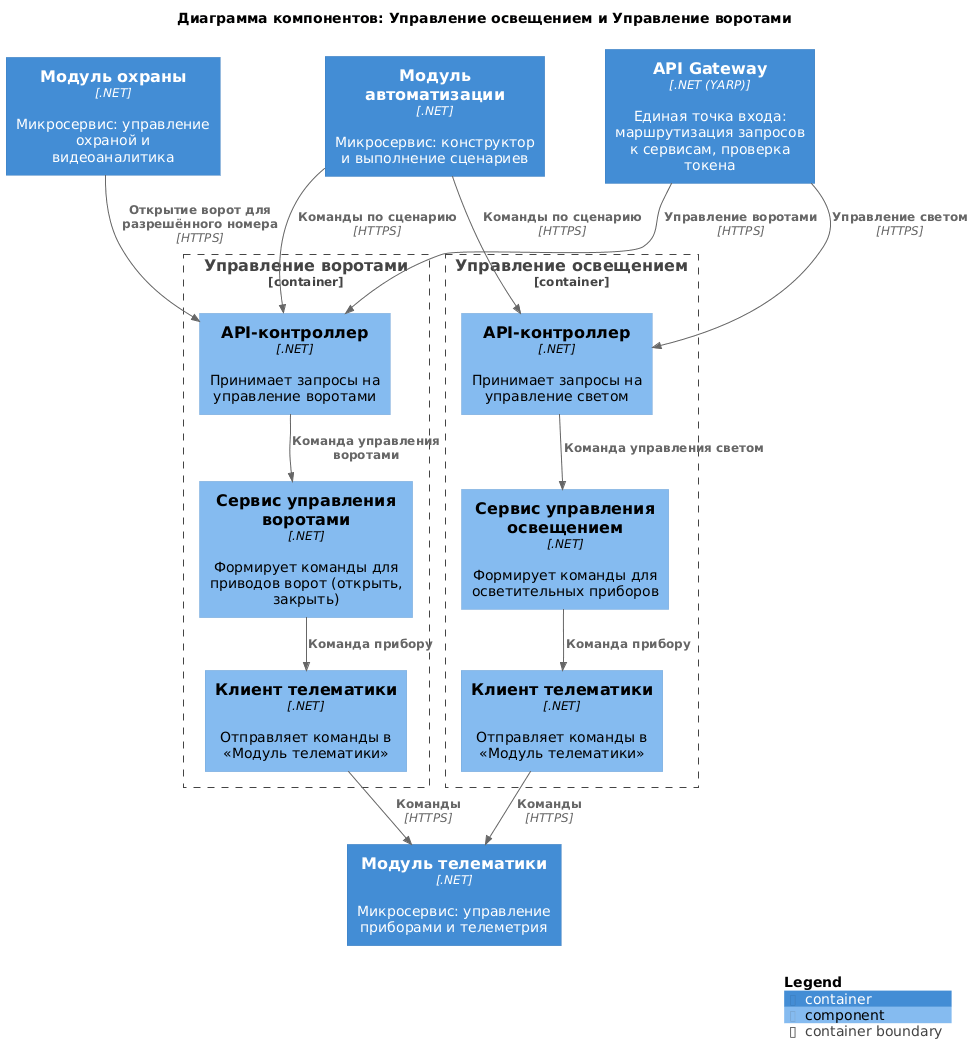
The PlantUML diagram diagrams/components/lighting-gate.png in Lyamin-av/architecture-warmhouse, before a commit.
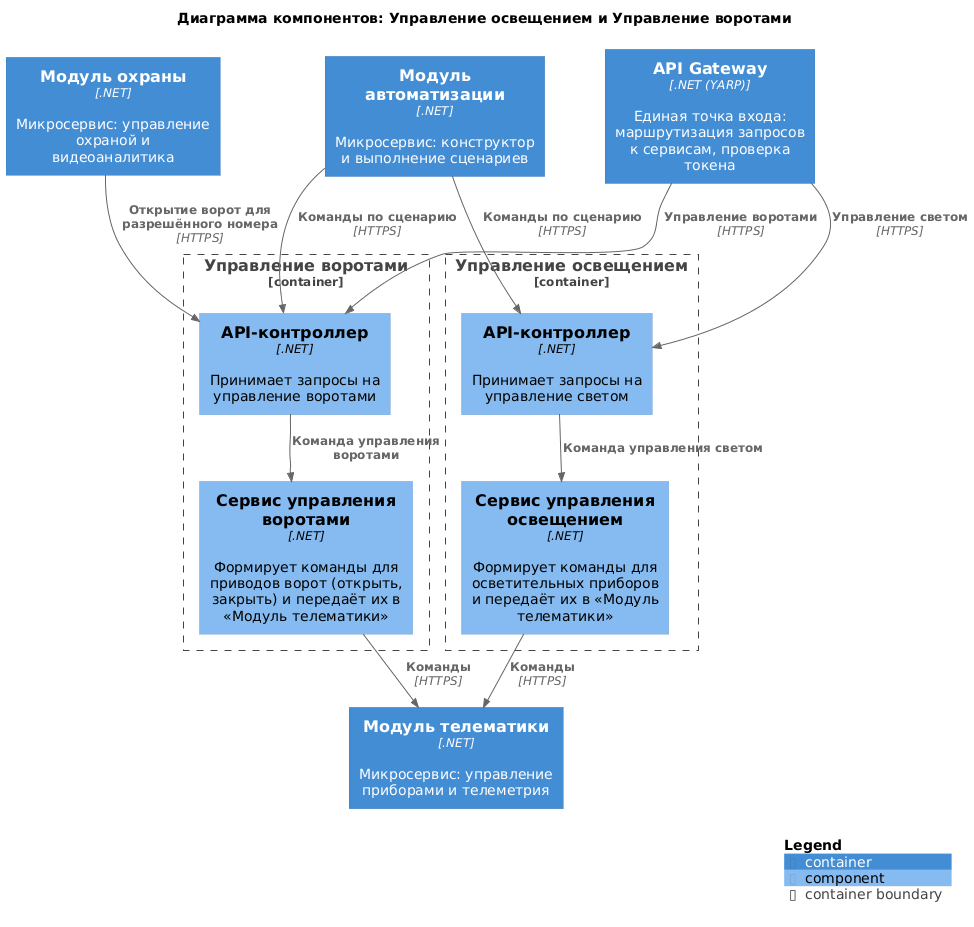
After the change.

What changed in the source:
```diff
@@ -10,28 +10,24 @@
 
 Container_Boundary(Lighting, "Управление освещением") {
     Component(lApi, "API-контроллер", ".NET", "Принимает запросы на управление светом")
-    Component(lService, "Сервис управления освещением", ".NET", "Формирует команды для осветительных приборов")
-    Component(lClient, "Клиент телематики", ".NET", "Отправляет команды в «Модуль телематики»")
+    Component(lService, "Сервис управления освещением", ".NET", "Формирует команды для осветительных приборов и передаёт их в «Модуль телематики»")
 }
 
 Container_Boundary(GateControl, "Управление воротами") {
     Component(gApi, "API-контроллер", ".NET", "Принимает запросы на управление воротами")
-    Component(gService, "Сервис управления воротами", ".NET", "Формирует команды для приводов ворот (открыть, закрыть)")
-    Component(gClient, "Клиент телематики", ".NET", "Отправляет команды в «Модуль телематики»")
+    Component(gService, "Сервис управления воротами", ".NET", "Формирует команды для приводов ворот (открыть, закрыть) и передаёт их в «Модуль телематики»")
 }
 
 Rel(Gateway, lApi, "Управление светом", "HTTPS")
 Rel(Automation, lApi, "Команды по сценарию", "HTTPS")
 Rel(lApi, lService, "Команда управления светом")
-Rel(lService, lClient, "Команда прибору")
-Rel(lClient, Telematics, "Команды", "HTTPS")
+Rel(lService, Telematics, "Команды", "HTTPS")
 
 Rel(Gateway, gApi, "Управление воротами", "HTTPS")
 Rel(Automation, gApi, "Команды по сценарию", "HTTPS")
 Rel(Security, gApi, "Открытие ворот для разрешённого номера", "HTTPS")
 Rel(gApi, gService, "Команда управления воротами")
-Rel(gService, gClient, "Команда прибору")
-Rel(gClient, Telematics, "Команды", "HTTPS")
+Rel(gService, Telematics, "Команды", "HTTPS")
 
 SHOW_LEGEND()
 @enduml
```
